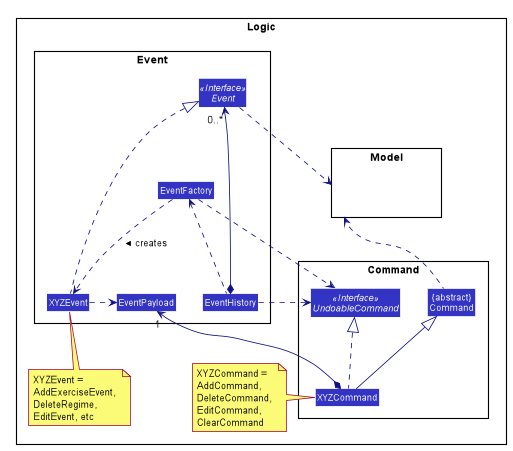
Earlier version of the PlantUML export docs/images/EventClassDiagram.png (nus-cs2103-AY1920S1/addressbook-level3).
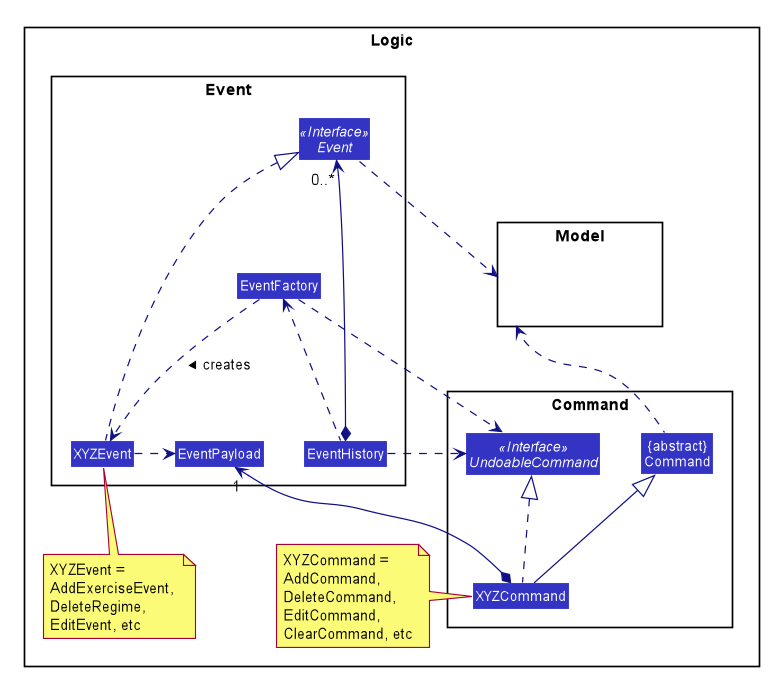
The same diagram one commit later.

Diff of the diagram source:
```diff
@@ -78,7 +78,7 @@
     XYZCommand .up.|> UndoableCommand
     XYZCommand *--> "1" EventPayload
     Command .up.> Model
-    note left of XYZCommand: XYZCommand = \nAddCommand, \nDeleteCommand, \nEditCommand, \nClearCommand
+    note left of XYZCommand: XYZCommand = \nAddCommand, \nDeleteCommand, \nEditCommand, \nClearCommand, etc
 
 
     XYZEvent .up.|> Event
```
